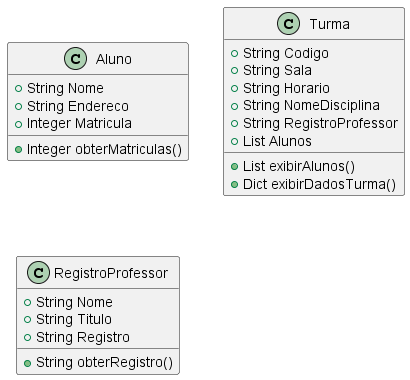
ronaldoleite/PlantUml keeps this PlantUML diagram as out/tutorial/TutorialYouTube.png. Above is the earlier version.
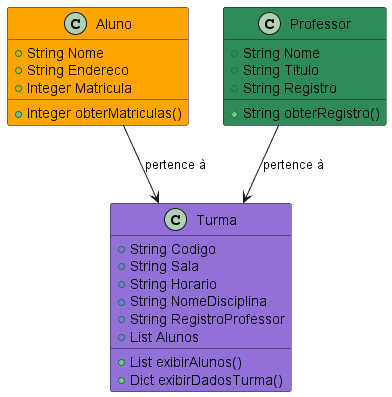
After the change.

Commit message:
Alterado o diagrama

Diff of the diagram source:
```diff
@@ -1,12 +1,18 @@
 @startuml TutorialYouTube
-   class Aluno{
+   class Aluno #Orange{
     +String Nome
     +String Endereco
     +Integer Matricula
 
     +Integer obterMatriculas()
    }
-   class Turma {
+   class Professor #SeaGreen{
+    +String Nome
+    +String Titulo
+    +String Registro
+    +String obterRegistro()
+   }
+   class Turma #MediumPurple{
     +String Codigo
     +String Sala
     +String Horario
@@ -16,10 +22,8 @@
     +List exibirAlunos()
     +Dict exibirDadosTurma()
    }
-   class RegistroProfessor{
-    +String Nome
-    +String Titulo
-    +String Registro
-    +String obterRegistro()
-   }
+
+
+   Aluno --> Turma : pertence à
+   Professor --> Turma : pertence à
 @enduml
```
